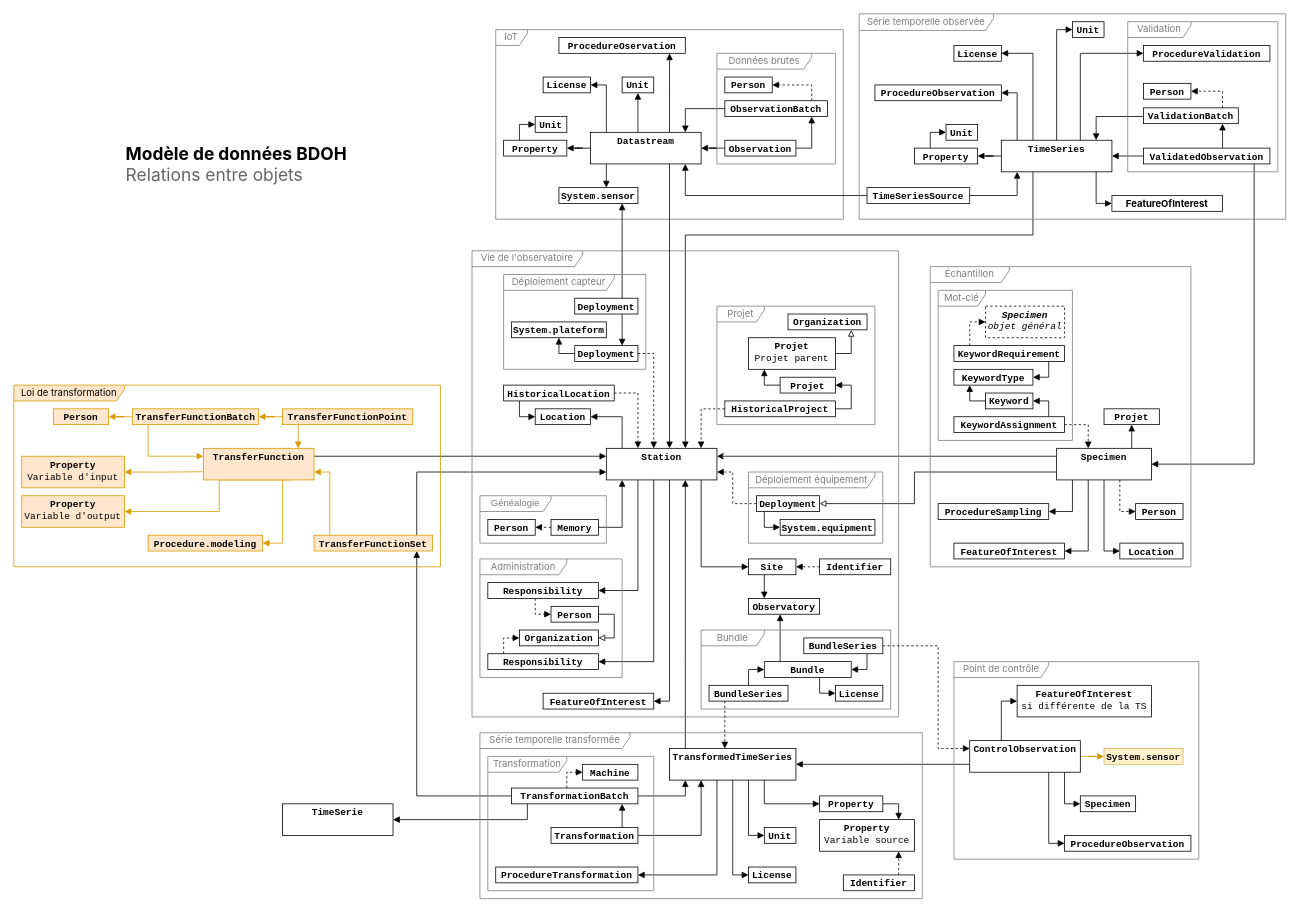
This is page "BDOH / backend - Relation entre objets" (8 of 10) of dev/schema/conception.drawio from bdoh-inrae/bdoh-doc, a draw.io file, before an edit. Source tidied: cells renumbered, new cells numbered last; positions are measured from the earlier drawing's top-left corner, leaving out a move shared by most shapes. Both pictures are drawn from the tidied source at 79%, with x=0, y=0 at pixel (13, 13).
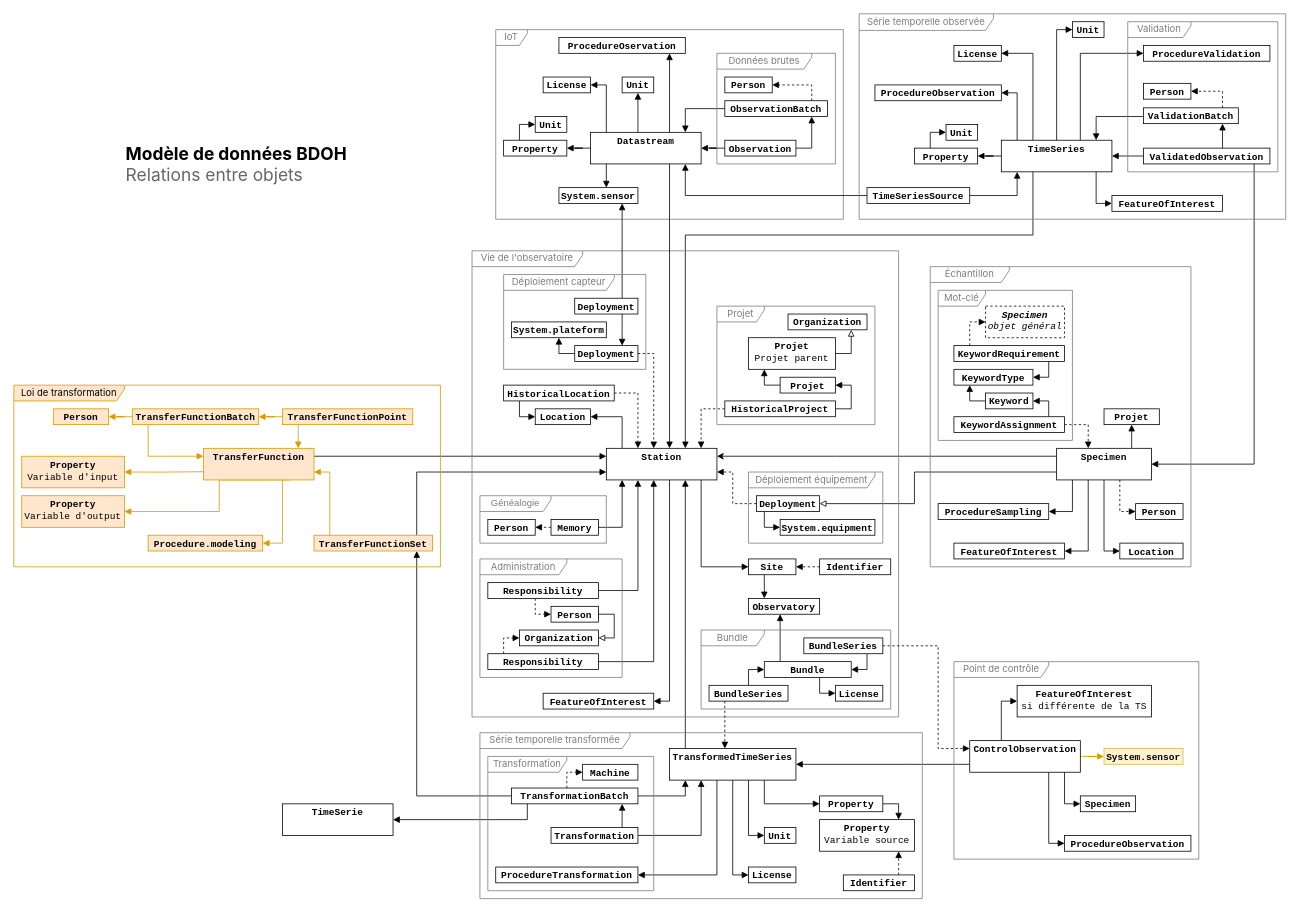
The same page after the edit.

Unchanged cells that the change refers to:
```xml
<mxCell id="6" value="&lt;p style=&quot;margin: 4px 0px 0px;&quot;&gt;&lt;code&gt;&lt;b&gt;Station&lt;/b&gt;&lt;br&gt;&lt;br&gt;&lt;/code&gt;&lt;/p&gt;" style="verticalAlign=middle;align=center;overflow=fill;html=1;whiteSpace=wrap;fontFamily=Helvetica;" parent="1" vertex="1">
  <mxGeometry x="750" y="550" width="140" height="40" as="geometry" />
</mxCell>
<mxCell id="73" value="&lt;p style=&quot;margin: 4px 0px 0px;&quot;&gt;&lt;code&gt;&lt;strong&gt;&lt;code class=&quot;bg-text-200/5 border border-0.5 border-border-300 text-danger-000 whitespace-pre-wrap rounded-[0.4rem] px-1 py-px text-[0.9rem]&quot;&gt;Responsibility&lt;/code&gt;&lt;/strong&gt;&lt;br&gt;&lt;/code&gt;&lt;/p&gt;" style="verticalAlign=middle;align=center;overflow=fill;html=1;whiteSpace=wrap;fontFamily=Helvetica;" parent="1" vertex="1">
  <mxGeometry x="600" y="720" width="140" height="20" as="geometry" />
</mxCell>
<mxCell id="137" value="&lt;p style=&quot;margin: 4px 0px 0px;&quot;&gt;&lt;code&gt;&lt;strong&gt;&lt;code class=&quot;bg-text-200/5 border border-0.5 border-border-300 text-danger-000 whitespace-pre-wrap rounded-[0.4rem] px-1 py-px text-[0.9rem]&quot;&gt;Responsibility&lt;/code&gt;&lt;/strong&gt;&lt;br&gt;&lt;/code&gt;&lt;/p&gt;" style="verticalAlign=middle;align=center;overflow=fill;html=1;whiteSpace=wrap;fontFamily=Helvetica;" parent="1" vertex="1">
  <mxGeometry x="600" y="810" width="140" height="20" as="geometry" />
</mxCell>
```

Diff of the diagram source:
```diff
@@
-    <mxCell id="2" style="edgeStyle=orthogonalEdgeStyle;rounded=0;jettySize=auto;html=1;verticalAlign=middle;align=center;endArrow=block;endFill=1;" parent="1" edge="1" source="6" target="73">
+    <mxCell id="2" style="edgeStyle=orthogonalEdgeStyle;rounded=0;jettySize=auto;html=1;verticalAlign=middle;align=center;endArrow=none;endFill=1;startArrow=block;startFill=1;" parent="1" edge="1" source="6" target="73">
       <mxGeometry relative="1" as="geometry">
         <Array as="points">
           <mxPoint x="790" y="730" />
         </Array>
       </mxGeometry>
     </mxCell>
@@
-    <mxCell id="119" value="&lt;p style=&quot;margin: 4px 0px 0px;&quot;&gt;&lt;/p&gt;&lt;div style=&quot;&quot;&gt;&lt;span style=&quot;background-color: transparent;&quot;&gt;&lt;font&gt;&lt;b&gt;FeatureOfInterest&lt;/b&gt;&lt;/font&gt;&lt;/span&gt;&lt;/div&gt;&lt;div style=&quot;&quot;&gt;&lt;br&gt;&lt;/div&gt;&lt;p&gt;&lt;/p&gt;" style="verticalAlign=middle;align=center;overflow=fill;html=1;whiteSpace=wrap;fontFamily=inter;" parent="1" vertex="1">
+    <mxCell id="119" value="&lt;p style=&quot;margin: 4px 0px 0px;&quot;&gt;&lt;/p&gt;&lt;div style=&quot;&quot;&gt;&lt;span style=&quot;background-color: transparent;&quot;&gt;&lt;font face=&quot;Courier New&quot;&gt;&lt;b&gt;FeatureOfInterest&lt;/b&gt;&lt;/font&gt;&lt;/span&gt;&lt;/div&gt;&lt;div style=&quot;&quot;&gt;&lt;br&gt;&lt;/div&gt;&lt;p&gt;&lt;/p&gt;" style="verticalAlign=middle;align=center;overflow=fill;html=1;whiteSpace=wrap;fontFamily=inter;" parent="1" vertex="1">
       <mxGeometry x="1390" y="230" width="140" height="20" as="geometry" />
     </mxCell>
@@
-    <mxCell id="135" style="edgeStyle=orthogonalEdgeStyle;rounded=0;jettySize=auto;html=1;verticalAlign=middle;align=center;endArrow=block;endFill=1;" parent="1" edge="1" source="6" target="137">
+    <mxCell id="135" style="edgeStyle=orthogonalEdgeStyle;rounded=0;jettySize=auto;html=1;verticalAlign=middle;align=center;endArrow=none;endFill=1;startArrow=block;startFill=1;" parent="1" edge="1" source="6" target="137">
       <mxGeometry relative="1" as="geometry">
         <Array as="points">
           <mxPoint x="810" y="820" />
         </Array>
       </mxGeometry>
     </mxCell>
```
